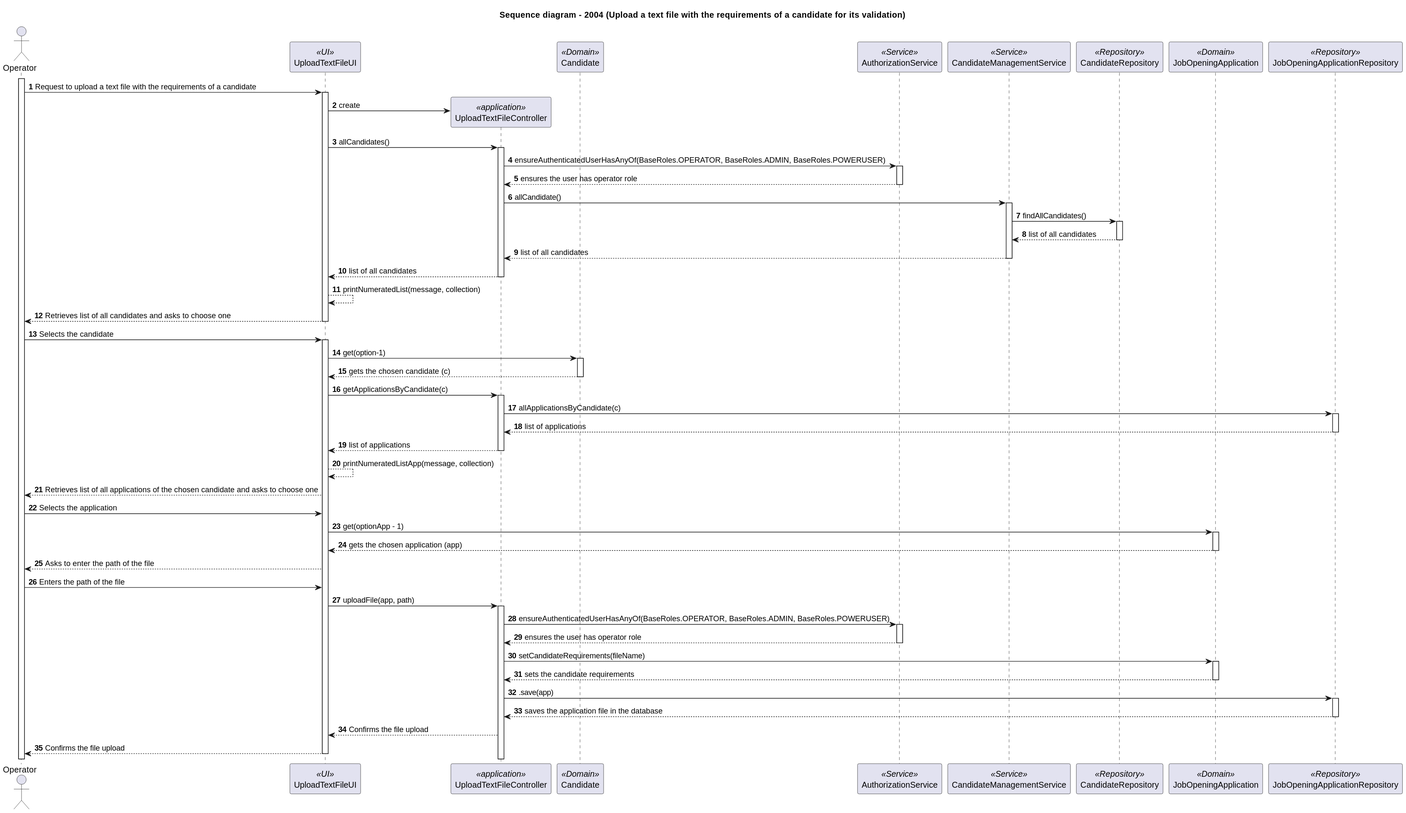
Above: docs/sprintC/2004/svg/2004-sequence-diagram.svg in marcoferreira37/Lapr4 (PlantUML), before the change.
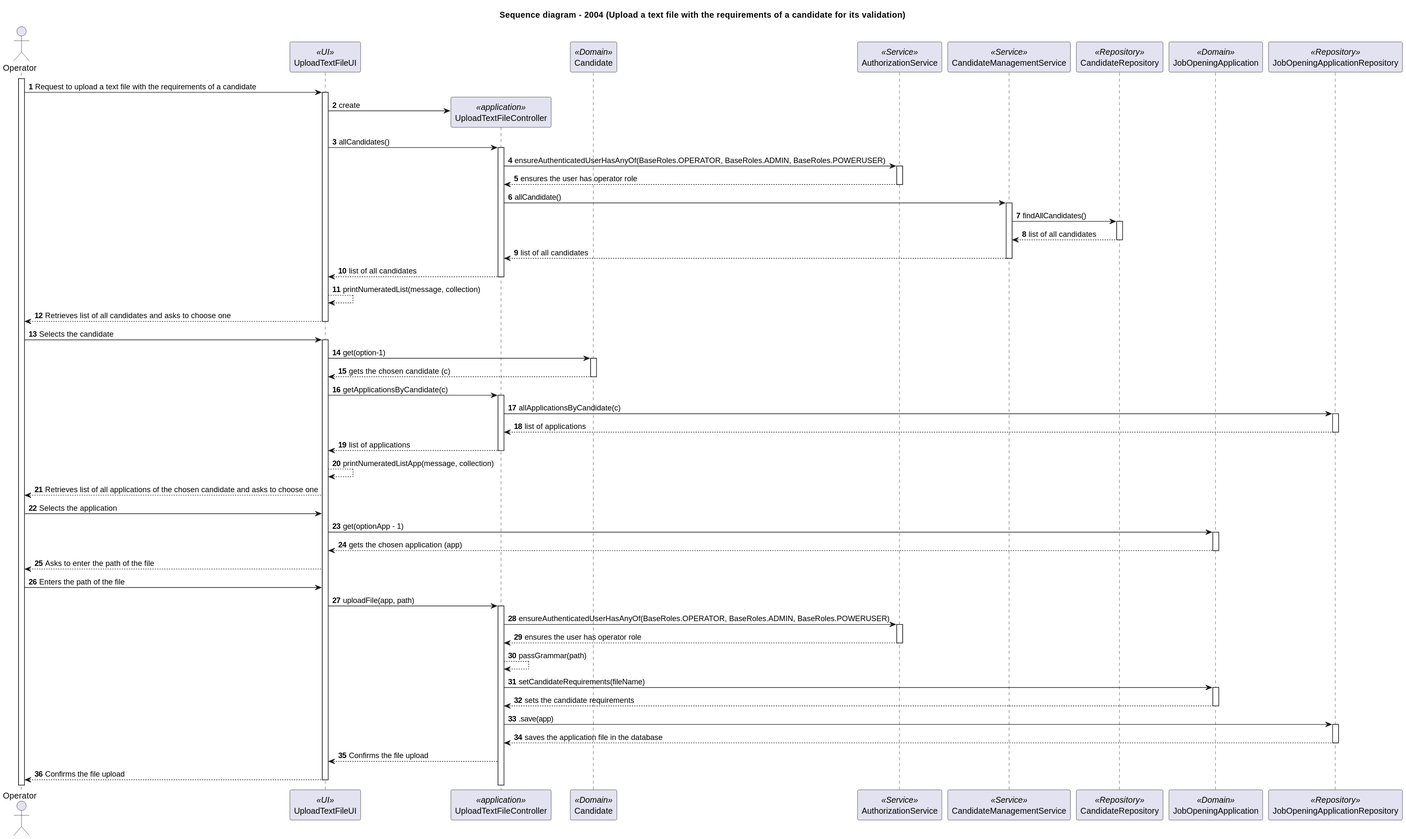
The same diagram one commit later.

Commit message:
#48 svg format for sequence diagram

Change to the diagram source:
```diff
@@ -63,6 +63,7 @@
 activate AS
 AS-->CTRL: ensures the user has operator role
 deactivate AS
+CTRL-->CTRL:passGrammar(path)
 CTRL-> JOA:setCandidateRequirements(fileName)
 activate JOA
 JOA-->CTRL: sets the candidate requirements
```
